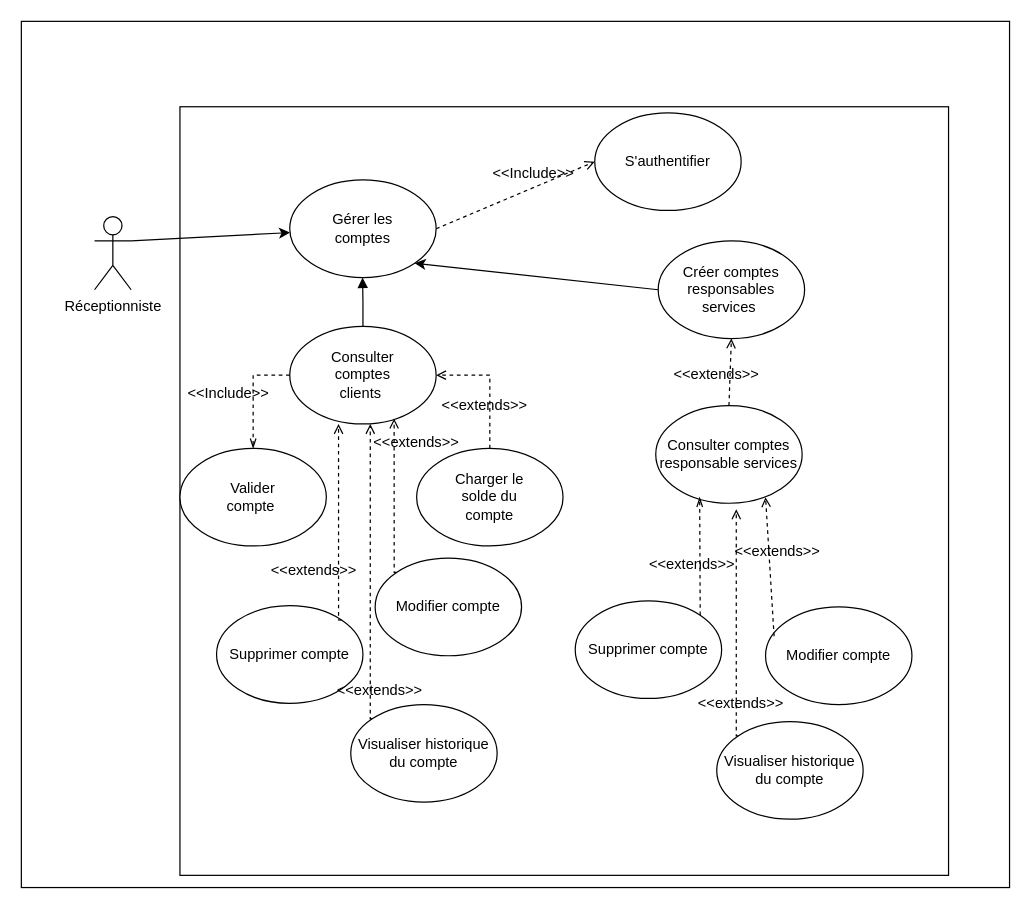
This is admin raffiné.drawio from labidimahdi/diagrams, a draw.io file, before an edit. Source tidied: cells renumbered, new cells numbered last; positions are measured from the earlier drawing's top-left corner, leaving out a move shared by most shapes. Both pictures are drawn from the tidied source at 122%, with x=0, y=0 at pixel (21, 21).
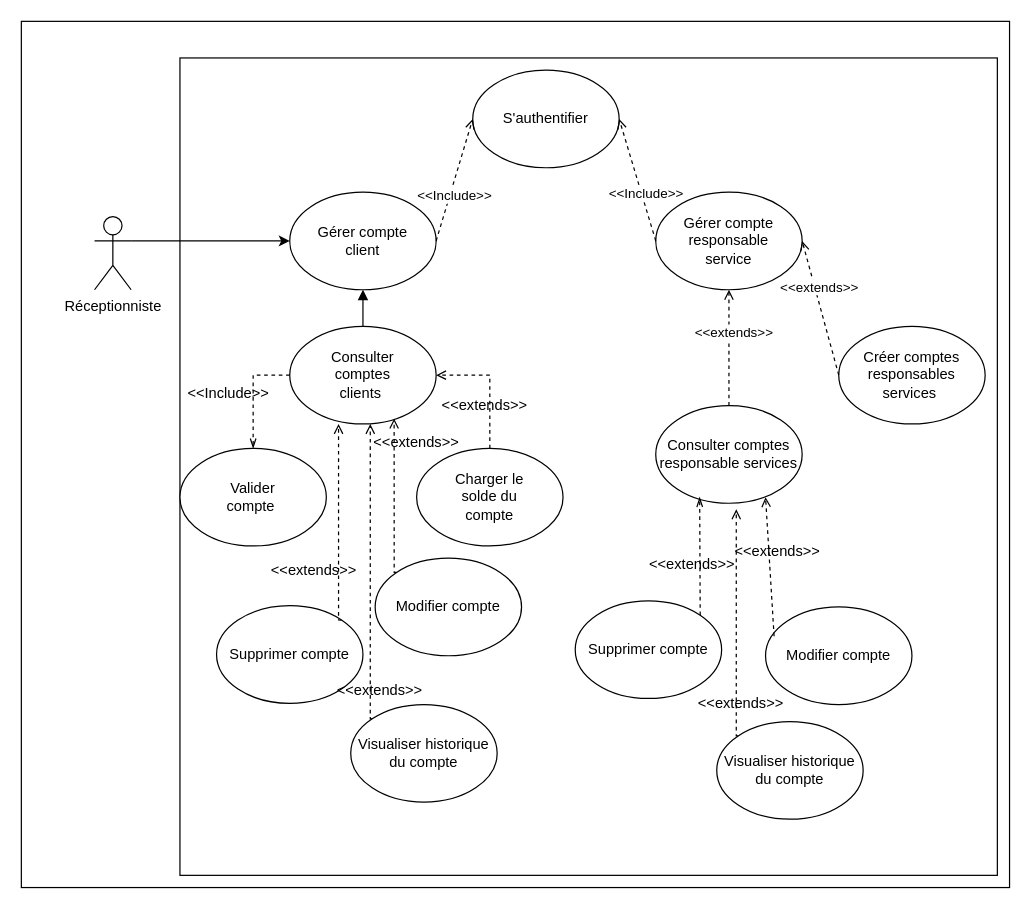
Above is the later version.

Commit message:
Mettre à jour admin raffiné.drawio

The change refers to these unchanged cells:
```xml
<mxCell id="7" style="ellipse;whiteSpace=wrap;html=1;" parent="6" vertex="1">
  <mxGeometry width="120" height="80" as="geometry" />
</mxCell>
<mxCell id="10" style="ellipse;whiteSpace=wrap;html=1;" parent="9" vertex="1">
  <mxGeometry width="120" height="80" as="geometry" />
</mxCell>
<mxCell id="12" style="rounded=0;jettySize=auto;html=1;exitX=1;exitY=0.5;exitDx=0;exitDy=0;entryX=0;entryY=0.5;entryDx=0;entryDy=0;dashed=1;endArrow=open;endFill=0;" parent="1" edge="1" source="10" target="7">
  <mxGeometry relative="1" as="geometry" />
</mxCell>
<mxCell id="15" value="Consulter comptes responsable services" style="ellipse;whiteSpace=wrap;html=1;" parent="14" vertex="1">
  <mxGeometry width="120" height="80" as="geometry" />
</mxCell>
<mxCell id="16" style="group;" parent="1" vertex="1">
  <mxGeometry x="220" y="250" width="120" height="80" as="geometry" />
</mxCell>
<mxCell id="18" style="ellipse;whiteSpace=wrap;html=1;" parent="16" vertex="1">
  <mxGeometry width="120" height="80" as="geometry" />
</mxCell>
```

Diff of the diagram source:
```diff
@@
     <mxCell id="3" style="whiteSpace=wrap;html=1;" parent="1" vertex="1">
-      <mxGeometry x="130" y="70" width="630" height="630" as="geometry" />
+      <mxGeometry x="130" y="30" width="670" height="670" as="geometry" />
     </mxCell>
@@
     <mxCell id="6" style="group;" parent="1" vertex="1">
-      <mxGeometry x="470" y="75" width="120" height="80" as="geometry" />
+      <mxGeometry x="370" y="40" width="120" height="80" as="geometry" />
     </mxCell>
@@
     <mxCell id="9" style="group;" parent="1" vertex="1">
-      <mxGeometry x="220" y="130" width="120" height="80" as="geometry" />
+      <mxGeometry x="220" y="140" width="120" height="80" as="geometry" />
     </mxCell>
@@
-    <mxCell id="11" value="Gérer les comptes" style="text;html=1;strokeColor=none;fillColor=none;align=center;verticalAlign=middle;whiteSpace=wrap;rounded=0;" parent="9" vertex="1">
-      <mxGeometry x="30" y="25" width="60" height="30" as="geometry" />
+    <mxCell id="11" value="Gérer compte client" style="text;html=1;strokeColor=none;fillColor=none;align=center;verticalAlign=middle;whiteSpace=wrap;rounded=0;" parent="9" vertex="1">
+      <mxGeometry x="20" y="25" width="80" height="30" as="geometry" />
     </mxCell>
@@
+    <mxCell id="59" value="&amp;lt;&amp;lt;Include&amp;gt;&amp;gt;" style="edgeLabel;html=1;align=center;verticalAlign=middle;" parent="12" vertex="1">
+      <mxGeometry x="-0.23" y="-3" relative="1" as="geometry" />
+    </mxCell>
@@
     <mxCell id="17" style="edgeStyle=orthogonalEdgeStyle;rounded=0;jettySize=auto;html=1;exitX=0.5;exitY=0;exitDx=0;exitDy=0;fontColor=none;endArrow=block;endFill=1;" parent="16" edge="1" source="18">
       <mxGeometry relative="1" as="geometry">
-        <mxPoint x="59.7" y="-40" as="targetPoint" />
+        <mxPoint x="60" y="-30" as="targetPoint" />
       </mxGeometry>
     </mxCell>
@@
-    <mxCell id="34" value="&amp;lt;&amp;lt;Include&amp;gt;&amp;gt;" style="text;html=1;strokeColor=none;fillColor=none;align=center;verticalAlign=middle;whiteSpace=wrap;rounded=0;fontColor=none;" parent="1" vertex="1">
-      <mxGeometry x="390" y="110" width="60" height="30" as="geometry" />
-    </mxCell>
@@
-    <mxCell id="55" style="rounded=0;jettySize=auto;html=1;exitX=0;exitY=0.5;exitDx=0;exitDy=0;entryX=1;entryY=1;entryDx=0;entryDy=0;" parent="1" edge="1" source="56" target="10">
-      <mxGeometry relative="1" as="geometry" />
-    </mxCell>
     <mxCell id="56" value="Créer comptes responsables services&amp;nbsp;" style="ellipse;whiteSpace=wrap;html=1;" parent="1" vertex="1">
-      <mxGeometry x="522" y="180" width="120" height="80" as="geometry" />
+      <mxGeometry x="670" y="250" width="120" height="80" as="geometry" />
     </mxCell>
-    <mxCell id="57" style="rounded=0;jettySize=auto;html=1;exitX=0.5;exitY=0;exitDx=0;exitDy=0;entryX=0.5;entryY=1;entryDx=0;entryDy=0;dashed=1;endArrow=open;endFill=0;" parent="1" edge="1" source="15" target="56">
+    <mxCell id="57" style="rounded=0;jettySize=auto;html=1;exitX=0.5;exitY=0;exitDx=0;exitDy=0;entryX=0.5;entryY=1;entryDx=0;entryDy=0;dashed=1;endArrow=open;endFill=0;" parent="1" edge="1" source="15" target="62">
       <mxGeometry relative="1" as="geometry" />
     </mxCell>
-    <mxCell id="58" value="&amp;lt;&amp;lt;extends&amp;gt;&amp;gt;" style="text;html=1;strokeColor=none;fillColor=none;align=center;verticalAlign=middle;whiteSpace=wrap;rounded=0;fontColor=none;" parent="1" vertex="1">
-      <mxGeometry x="540" y="275" width="60" height="30" as="geometry" />
-    </mxCell>
+    <mxCell id="60" value="&amp;lt;&amp;lt;extends&amp;gt;&amp;gt;" style="edgeLabel;html=1;align=center;verticalAlign=middle;" parent="57" vertex="1">
+      <mxGeometry x="0.29" y="-3" relative="1" as="geometry" />
+    </mxCell>
+    <mxCell id="61" style="group;" parent="1" vertex="1">
+      <mxGeometry x="520" y="140" width="120" height="80" as="geometry" />
+    </mxCell>
+    <mxCell id="62" style="ellipse;whiteSpace=wrap;html=1;" parent="61" vertex="1">
+      <mxGeometry width="120" height="80" as="geometry" />
+    </mxCell>
+    <mxCell id="63" value="Gérer compte responsable service" style="text;html=1;strokeColor=none;fillColor=none;align=center;verticalAlign=middle;whiteSpace=wrap;rounded=0;" parent="61" vertex="1">
+      <mxGeometry x="20" y="25" width="80" height="30" as="geometry" />
+    </mxCell>
+    <mxCell id="64" style="rounded=0;jettySize=auto;html=1;exitX=0;exitY=0.5;exitDx=0;exitDy=0;entryX=1;entryY=0.5;entryDx=0;entryDy=0;dashed=1;endArrow=open;endFill=0;" parent="1" edge="1" source="56" target="62">
+      <mxGeometry relative="1" as="geometry" />
+    </mxCell>
+    <mxCell id="65" value="&amp;lt;&amp;lt;extends&amp;gt;&amp;gt;" style="edgeLabel;html=1;align=center;verticalAlign=middle;" parent="64" vertex="1">
+      <mxGeometry x="0.29" y="-3" relative="1" as="geometry" />
+    </mxCell>
+    <mxCell id="66" style="rounded=0;jettySize=auto;html=1;entryX=1;entryY=0.5;entryDx=0;entryDy=0;dashed=1;endArrow=open;endFill=0;exitX=0;exitY=0.5;exitDx=0;exitDy=0;" parent="1" edge="1" source="62" target="7">
+      <mxGeometry relative="1" as="geometry" />
+    </mxCell>
+    <mxCell id="67" value="&amp;lt;&amp;lt;Include&amp;gt;&amp;gt;" style="edgeLabel;html=1;align=center;verticalAlign=middle;" parent="66" vertex="1">
+      <mxGeometry x="-0.23" y="-3" relative="1" as="geometry" />
+    </mxCell>
```
